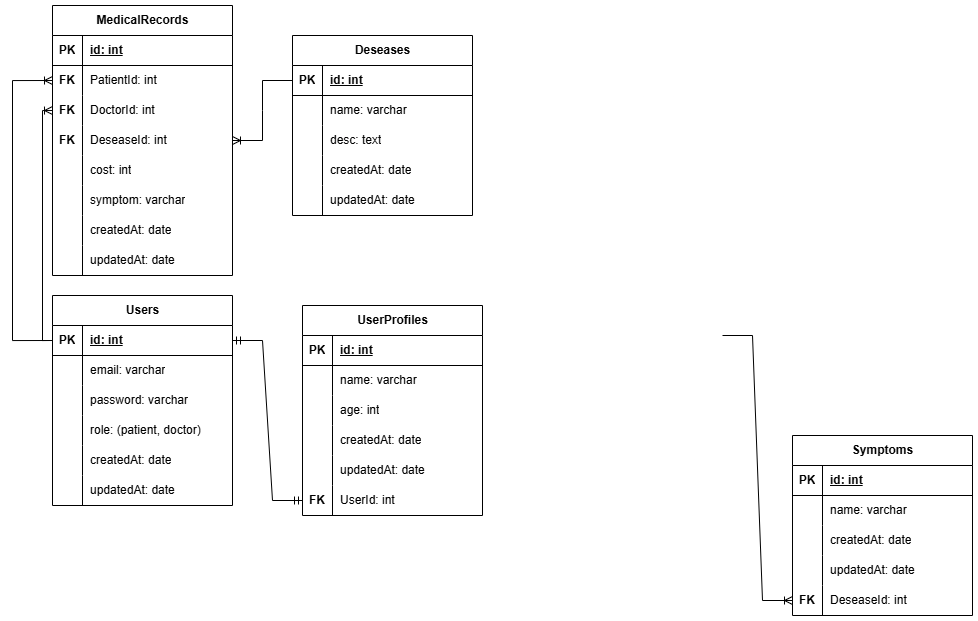
This is pair_project_schema.png from fathanabds/pair-project-team-1, a draw.io export, as it was before one commit. Source tidied: cells renumbered, new cells last; positions are measured from the earlier drawing's top-left corner, leaving out a move shared by most shapes.
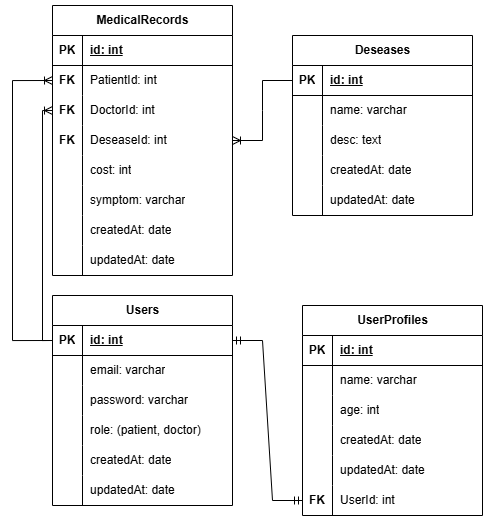
Above is the later version.

Diff of the diagram source:
```diff
@@ -107,54 +107,6 @@
     <mxCell id="36" value="updatedAt: date" style="shape=partialRectangle;fillColor=none;top=0;left=0;bottom=0;right=0;align=left;spacingLeft=6;overflow=hidden;whiteSpace=wrap;html=1;" parent="34" vertex="1">
       <mxGeometry x="30" width="150" height="30" as="geometry" />
     </mxCell>
-    <mxCell id="37" value="Symptoms" style="shape=table;startSize=30;rowLines=0;fontStyle=1;align=center;html=1;" parent="1" vertex="1">
-      <mxGeometry x="780" y="430" width="180" height="180" as="geometry" />
-    </mxCell>
-    <mxCell id="38" style="shape=tableRow;horizontal=0;startSize=0;swimlaneHead=0;swimlaneBody=0;fillColor=none;top=0;left=0;right=0;bottom=1;" parent="37" vertex="1">
-      <mxGeometry y="30" width="180" height="30" as="geometry" />
-    </mxCell>
-    <mxCell id="39" value="PK" style="shape=partialRectangle;fillColor=none;top=0;left=0;bottom=0;right=0;fontStyle=1;overflow=hidden;whiteSpace=wrap;html=1;" parent="38" vertex="1">
-      <mxGeometry width="30" height="30" as="geometry" />
-    </mxCell>
-    <mxCell id="40" value="id: int" style="shape=partialRectangle;fillColor=none;top=0;left=0;bottom=0;right=0;align=left;spacingLeft=6;fontStyle=5;overflow=hidden;whiteSpace=wrap;html=1;" parent="38" vertex="1">
-      <mxGeometry x="30" width="150" height="30" as="geometry" />
-    </mxCell>
-    <mxCell id="41" style="shape=tableRow;horizontal=0;startSize=0;swimlaneHead=0;swimlaneBody=0;fillColor=none;top=0;left=0;right=0;bottom=0;" parent="37" vertex="1">
-      <mxGeometry y="60" width="180" height="30" as="geometry" />
-    </mxCell>
-    <mxCell id="42" style="shape=partialRectangle;fillColor=none;top=0;left=0;bottom=0;right=0;overflow=hidden;whiteSpace=wrap;html=1;" parent="41" vertex="1">
-      <mxGeometry width="30" height="30" as="geometry" />
-    </mxCell>
-    <mxCell id="43" value="name: varchar" style="shape=partialRectangle;fillColor=none;top=0;left=0;bottom=0;right=0;align=left;spacingLeft=6;overflow=hidden;whiteSpace=wrap;html=1;" parent="41" vertex="1">
-      <mxGeometry x="30" width="150" height="30" as="geometry" />
-    </mxCell>
-    <mxCell id="44" style="shape=tableRow;horizontal=0;startSize=0;swimlaneHead=0;swimlaneBody=0;fillColor=none;top=0;left=0;right=0;bottom=0;" parent="37" vertex="1">
-      <mxGeometry y="90" width="180" height="30" as="geometry" />
-    </mxCell>
-    <mxCell id="45" style="shape=partialRectangle;fillColor=none;top=0;left=0;bottom=0;right=0;overflow=hidden;whiteSpace=wrap;html=1;" parent="44" vertex="1">
-      <mxGeometry width="30" height="30" as="geometry" />
-    </mxCell>
-    <mxCell id="46" value="createdAt: date" style="shape=partialRectangle;fillColor=none;top=0;left=0;bottom=0;right=0;align=left;spacingLeft=6;overflow=hidden;whiteSpace=wrap;html=1;" parent="44" vertex="1">
-      <mxGeometry x="30" width="150" height="30" as="geometry" />
-    </mxCell>
-    <mxCell id="47" style="shape=tableRow;horizontal=0;startSize=0;swimlaneHead=0;swimlaneBody=0;fillColor=none;top=0;left=0;right=0;bottom=0;" parent="37" vertex="1">
-      <mxGeometry y="120" width="180" height="30" as="geometry" />
-    </mxCell>
-    <mxCell id="48" style="shape=partialRectangle;fillColor=none;top=0;left=0;bottom=0;right=0;overflow=hidden;whiteSpace=wrap;html=1;" parent="47" vertex="1">
-      <mxGeometry width="30" height="30" as="geometry" />
-    </mxCell>
-    <mxCell id="49" value="updatedAt: date" style="shape=partialRectangle;fillColor=none;top=0;left=0;bottom=0;right=0;align=left;spacingLeft=6;overflow=hidden;whiteSpace=wrap;html=1;" parent="47" vertex="1">
-      <mxGeometry x="30" width="150" height="30" as="geometry" />
-    </mxCell>
-    <mxCell id="50" style="shape=tableRow;horizontal=0;startSize=0;swimlaneHead=0;swimlaneBody=0;fillColor=none;points=[[0,0.5],[1,0.5]];portConstraint=eastwest;top=0;left=0;right=0;bottom=0;" parent="37" vertex="1">
-      <mxGeometry y="150" width="180" height="30" as="geometry" />
-    </mxCell>
-    <mxCell id="51" value="FK" style="shape=partialRectangle;fillColor=none;top=0;left=0;bottom=0;right=0;overflow=hidden;whiteSpace=wrap;html=1;fontStyle=1;" parent="50" vertex="1">
-      <mxGeometry width="30" height="30" as="geometry" />
-    </mxCell>
-    <mxCell id="52" value="DeseaseId: int" style="shape=partialRectangle;fillColor=none;top=0;left=0;bottom=0;right=0;align=left;spacingLeft=6;overflow=hidden;whiteSpace=wrap;html=1;" parent="50" vertex="1">
-      <mxGeometry x="30" width="150" height="30" as="geometry" />
-    </mxCell>
     <mxCell id="53" value="MedicalRecords" style="shape=table;startSize=30;rowLines=0;fontStyle=1;align=center;html=1;" parent="1" vertex="1">
       <mxGeometry x="40" width="180" height="270" as="geometry" />
     </mxCell>
@@ -290,11 +242,6 @@
     <mxCell id="97" style="edgeStyle=entityRelationEdgeStyle;fontSize=12;html=1;endArrow=ERmandOne;startArrow=ERmandOne;rounded=0;exitX=1;exitY=0.5;exitDx=0;exitDy=0;entryX=0;entryY=0.5;entryDx=0;entryDy=0;" parent="1" edge="1" source="3" target="94">
       <mxGeometry relative="1" as="geometry" />
     </mxCell>
-    <mxCell id="98" style="edgeStyle=entityRelationEdgeStyle;fontSize=12;html=1;endArrow=ERoneToMany;rounded=0;exitX=1;exitY=0.5;exitDx=0;exitDy=0;entryX=0;entryY=0.5;entryDx=0;entryDy=0;" parent="1" edge="1" target="50">
-      <mxGeometry relative="1" as="geometry">
-        <mxPoint x="710" y="330" as="sourcePoint" />
-      </mxGeometry>
-    </mxCell>
     <mxCell id="99" style="edgeStyle=orthogonalEdgeStyle;fontSize=12;html=1;endArrow=ERoneToMany;rounded=0;exitX=0;exitY=0.5;exitDx=0;exitDy=0;entryX=0;entryY=0.5;entryDx=0;entryDy=0;" parent="1" edge="1" source="3" target="60">
       <mxGeometry relative="1" as="geometry" />
     </mxCell>
```
